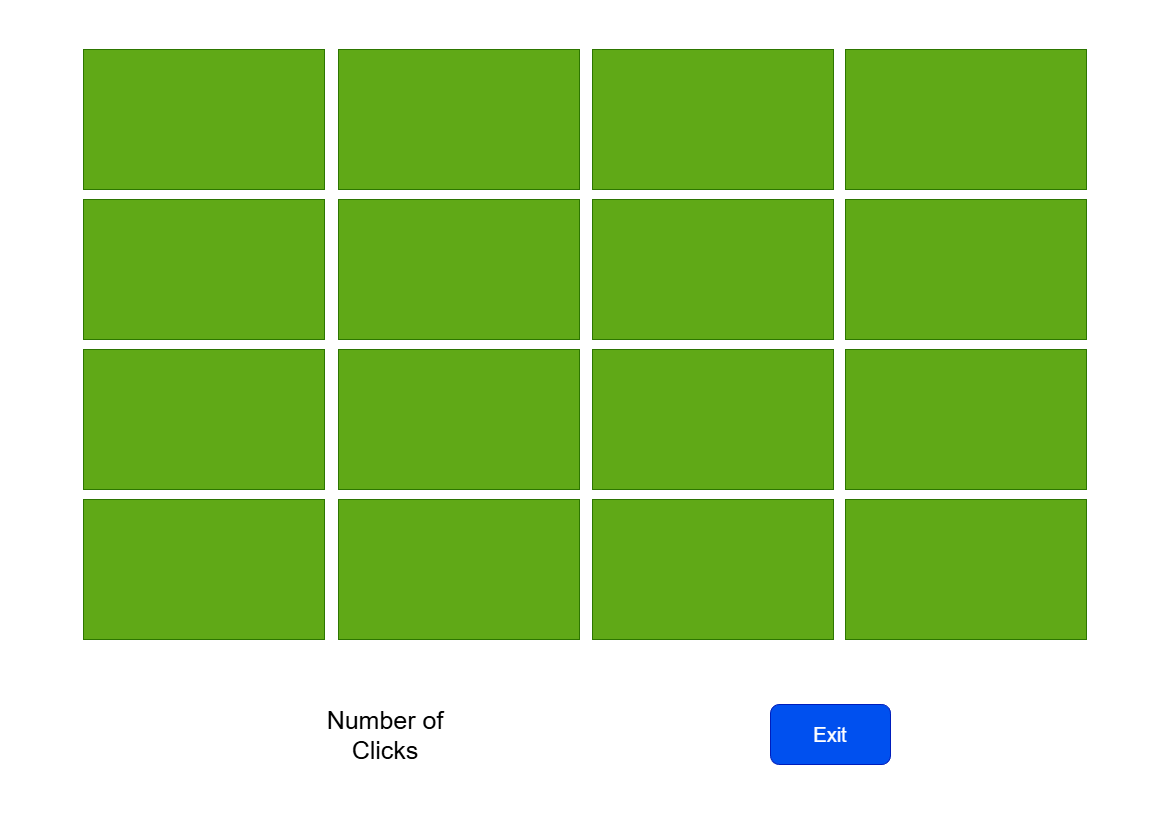
Above: page2.drawio.png in v7sn0/Memory-Card-Game (draw.io), before the change. Source tidied: cells renumbered, new cells last; positions are measured from the earlier drawing's top-left corner, leaving out a move shared by most shapes. Source of this version:
```xml
<mxGraphModel background="light-dark(#FFFFFF,#121212)">
  <root>
    <mxCell id="0" />
    <mxCell id="1" parent="0" />
    <mxCell id="2" style="rounded=0;whiteSpace=wrap;html=1;fillColor=#60a917;fontColor=#ffffff;strokeColor=#2D7600;" parent="1" vertex="1">
      <mxGeometry x="762" y="150" width="241" height="140" as="geometry" />
    </mxCell>
    <mxCell id="3" value="&lt;font style=&quot;font-size: 20px;&quot;&gt;Exit&lt;/font&gt;" style="rounded=1;whiteSpace=wrap;html=1;fillColor=#0050ef;fontColor=#ffffff;strokeColor=#001DBC;" parent="1" vertex="1">
      <mxGeometry x="687" y="655" width="120" height="60" as="geometry" />
    </mxCell>
    <mxCell id="4" style="rounded=0;whiteSpace=wrap;html=1;fillColor=#60a917;fontColor=#ffffff;strokeColor=#2D7600;" parent="1" vertex="1">
      <mxGeometry x="509" y="150" width="241" height="140" as="geometry" />
    </mxCell>
    <mxCell id="5" style="rounded=0;whiteSpace=wrap;html=1;fillColor=#60a917;fontColor=#ffffff;strokeColor=#2D7600;" parent="1" vertex="1">
      <mxGeometry y="150" width="241" height="140" as="geometry" />
    </mxCell>
    <mxCell id="6" style="rounded=0;whiteSpace=wrap;html=1;fillColor=#60a917;fontColor=#ffffff;strokeColor=#2D7600;" parent="1" vertex="1">
      <mxGeometry x="255" y="150" width="241" height="140" as="geometry" />
    </mxCell>
    <mxCell id="7" style="rounded=0;whiteSpace=wrap;html=1;fillColor=#60a917;fontColor=#ffffff;strokeColor=#2D7600;" parent="1" vertex="1">
      <mxGeometry x="762" y="300" width="241" height="140" as="geometry" />
    </mxCell>
    <mxCell id="8" style="rounded=0;whiteSpace=wrap;html=1;fillColor=#60a917;fontColor=#ffffff;strokeColor=#2D7600;" parent="1" vertex="1">
      <mxGeometry x="509" y="300" width="241" height="140" as="geometry" />
    </mxCell>
    <mxCell id="9" style="rounded=0;whiteSpace=wrap;html=1;fillColor=#60a917;fontColor=#ffffff;strokeColor=#2D7600;" parent="1" vertex="1">
      <mxGeometry y="300" width="241" height="140" as="geometry" />
    </mxCell>
    <mxCell id="10" style="rounded=0;whiteSpace=wrap;html=1;fillColor=#60a917;fontColor=#ffffff;strokeColor=#2D7600;" parent="1" vertex="1">
      <mxGeometry x="255" y="300" width="241" height="140" as="geometry" />
    </mxCell>
    <mxCell id="11" style="rounded=0;whiteSpace=wrap;html=1;fillColor=#60a917;fontColor=#ffffff;strokeColor=#2D7600;" parent="1" vertex="1">
      <mxGeometry x="762" y="450" width="241" height="140" as="geometry" />
    </mxCell>
    <mxCell id="12" style="rounded=0;whiteSpace=wrap;html=1;fillColor=#60a917;fontColor=#ffffff;strokeColor=#2D7600;" parent="1" vertex="1">
      <mxGeometry x="509" y="450" width="241" height="140" as="geometry" />
    </mxCell>
    <mxCell id="13" style="rounded=0;whiteSpace=wrap;html=1;fillColor=#60a917;fontColor=#ffffff;strokeColor=#2D7600;" parent="1" vertex="1">
      <mxGeometry y="450" width="241" height="140" as="geometry" />
    </mxCell>
    <mxCell id="14" style="rounded=0;whiteSpace=wrap;html=1;fillColor=#60a917;fontColor=#ffffff;strokeColor=#2D7600;" parent="1" vertex="1">
      <mxGeometry x="255" y="450" width="241" height="140" as="geometry" />
    </mxCell>
    <mxCell id="15" style="rounded=0;whiteSpace=wrap;html=1;fillColor=#60a917;fontColor=#ffffff;strokeColor=#2D7600;" parent="1" vertex="1">
      <mxGeometry x="762" width="241" height="140" as="geometry" />
    </mxCell>
    <mxCell id="16" style="rounded=0;whiteSpace=wrap;html=1;fillColor=#60a917;fontColor=#ffffff;strokeColor=#2D7600;" parent="1" vertex="1">
      <mxGeometry x="509" width="241" height="140" as="geometry" />
    </mxCell>
    <mxCell id="17" style="rounded=0;whiteSpace=wrap;html=1;fillColor=#60a917;fontColor=#ffffff;strokeColor=#2D7600;" parent="1" vertex="1">
      <mxGeometry width="241" height="140" as="geometry" />
    </mxCell>
    <mxCell id="18" style="rounded=0;whiteSpace=wrap;html=1;fillColor=#60a917;fontColor=#ffffff;strokeColor=#2D7600;" parent="1" vertex="1">
      <mxGeometry x="255" width="241" height="140" as="geometry" />
    </mxCell>
    <mxCell id="19" value="&lt;font style=&quot;font-size: 25px;&quot;&gt;Number of Clicks&lt;/font&gt;" style="text;html=1;whiteSpace=wrap;strokeColor=none;fillColor=none;align=center;verticalAlign=middle;rounded=0;" parent="1" vertex="1">
      <mxGeometry x="217" y="650" width="170" height="70" as="geometry" />
    </mxCell>
  </root>
</mxGraphModel>
```
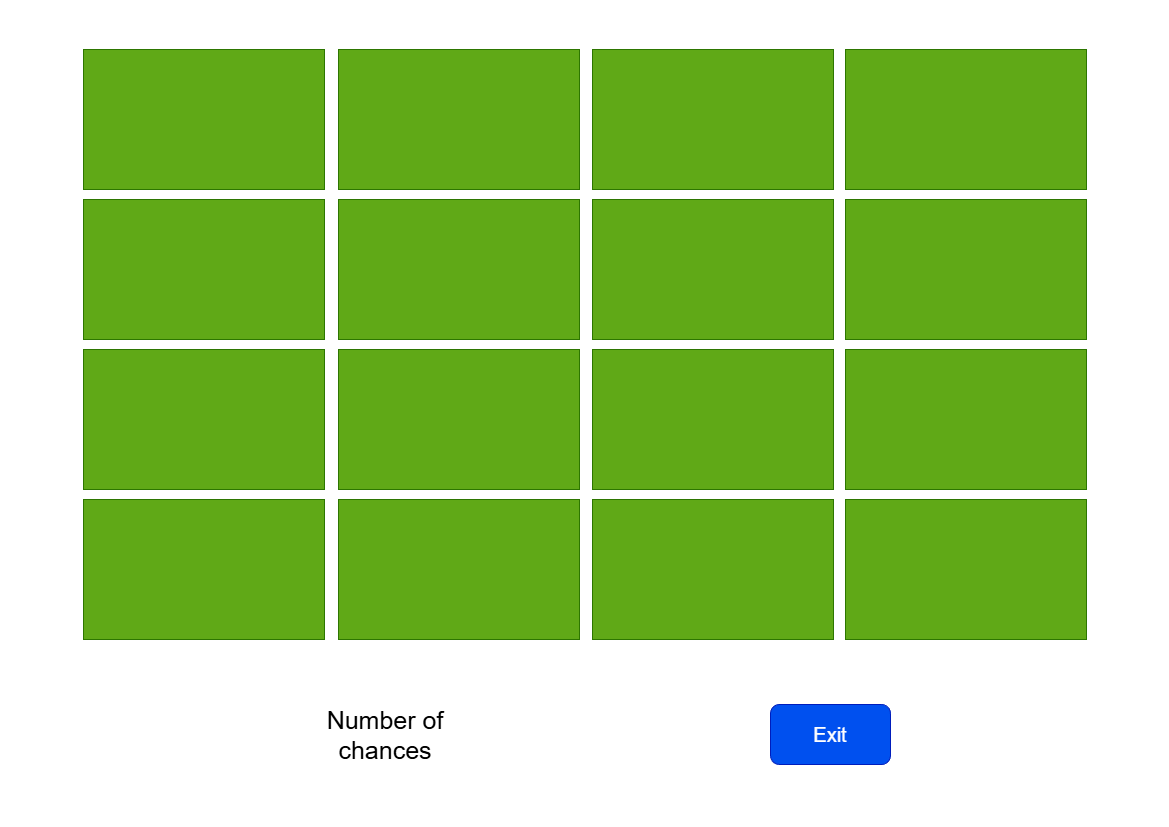
Above is the later version.

The edit, as a diff of the source:
```diff
@@ -53,7 +53,7 @@
     <mxCell id="18" style="rounded=0;whiteSpace=wrap;html=1;fillColor=#60a917;fontColor=#ffffff;strokeColor=#2D7600;" parent="1" vertex="1">
       <mxGeometry x="255" width="241" height="140" as="geometry" />
     </mxCell>
-    <mxCell id="19" value="&lt;font style=&quot;font-size: 25px;&quot;&gt;Number of Clicks&lt;/font&gt;" style="text;html=1;whiteSpace=wrap;strokeColor=none;fillColor=none;align=center;verticalAlign=middle;rounded=0;" parent="1" vertex="1">
+    <mxCell id="19" value="&lt;font style=&quot;font-size: 25px;&quot;&gt;Number of chances&lt;/font&gt;" style="text;html=1;whiteSpace=wrap;strokeColor=none;fillColor=none;align=center;verticalAlign=middle;rounded=0;" parent="1" vertex="1">
       <mxGeometry x="217" y="650" width="170" height="70" as="geometry" />
     </mxCell>
   </root>
```
